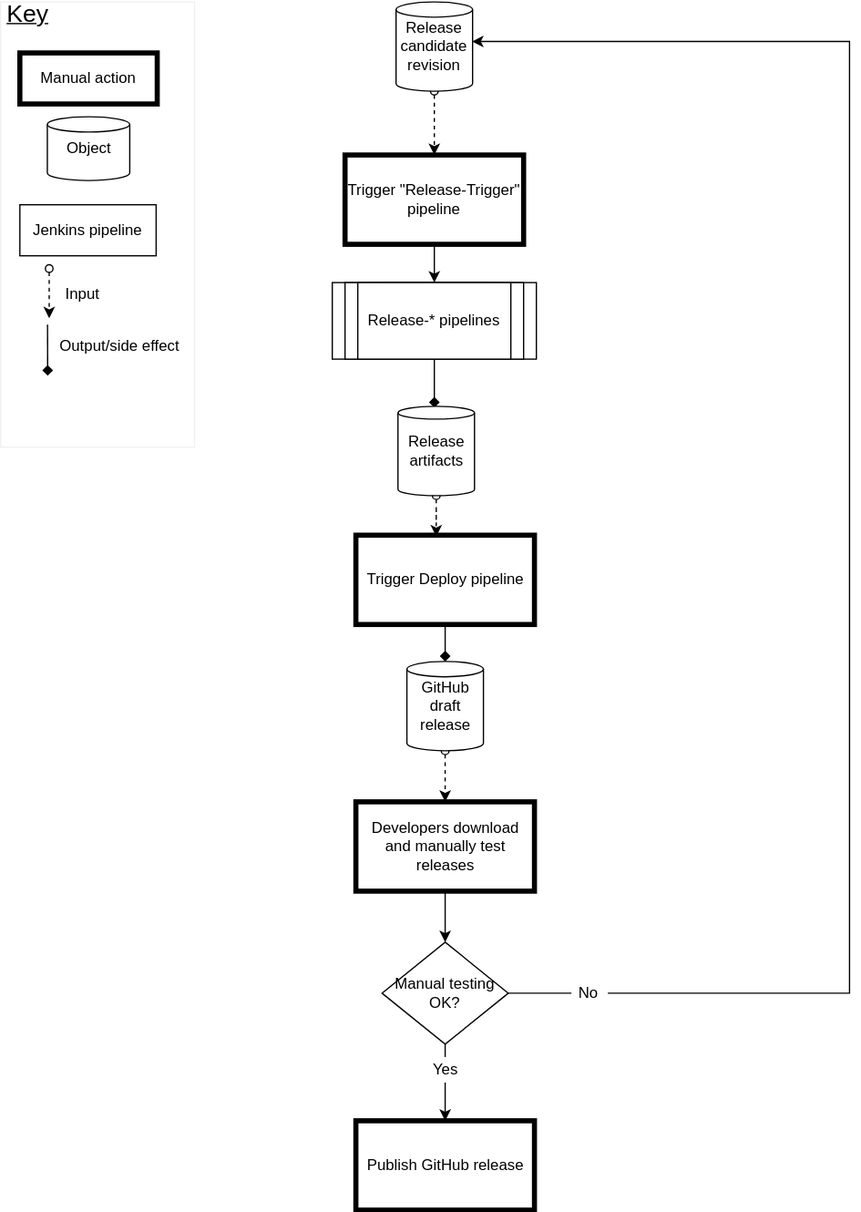
Earlier version of the draw.io export documentation/smg/images/12_release_process.drawio.svg (pace-neutrons/Horace). Source tidied: cells renumbered, new cells last; positions are measured from the earlier drawing's top-left corner, leaving out a move shared by most shapes.
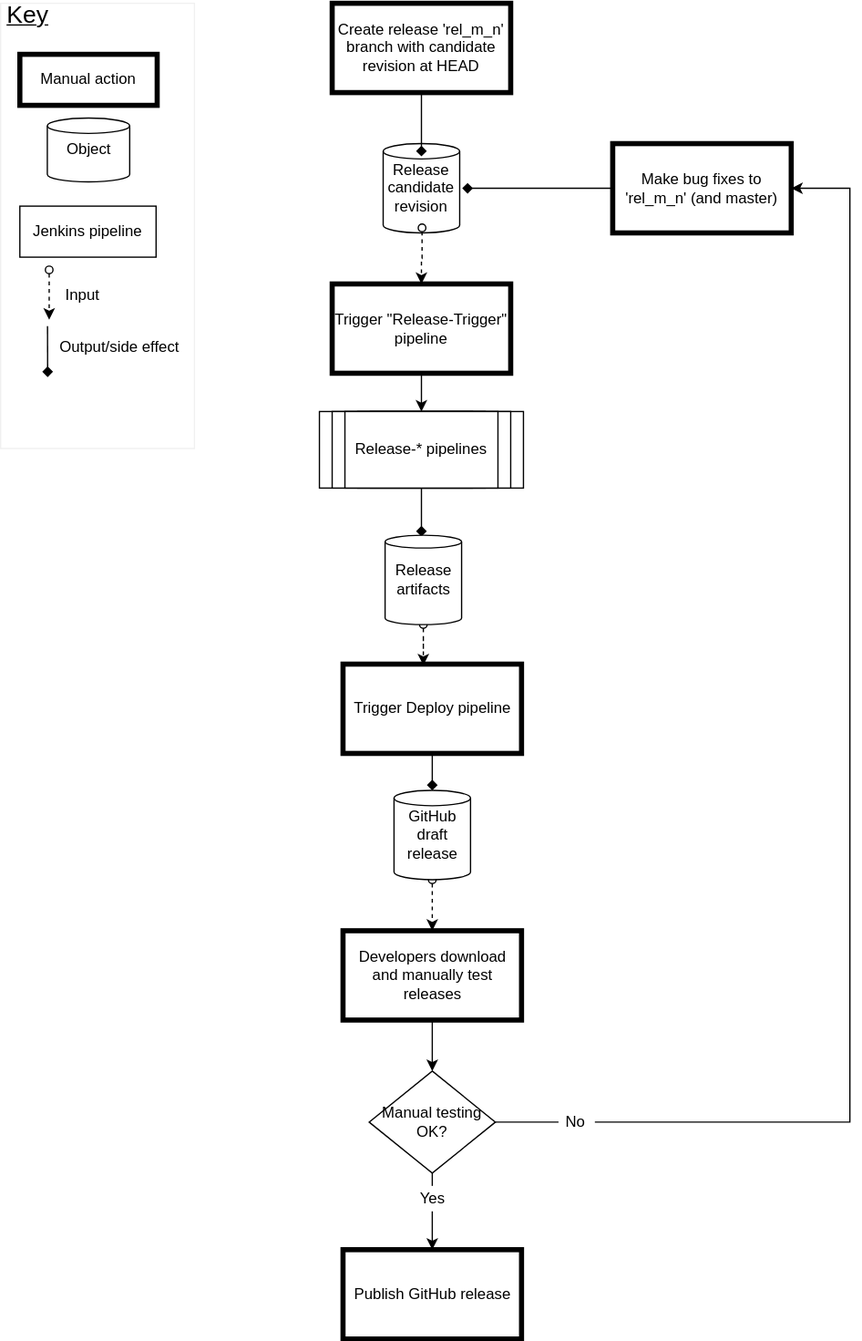
After the commit.

Commit message:
Add missing steps to deploy SMG flowchart

What changed in the source:
```diff
@@ -29,11 +29,8 @@
     <mxCell id="10" value="Release artifacts" style="shape=cylinder2;whiteSpace=wrap;html=1;boundedLbl=1;backgroundOutline=1;size=5;" parent="1" vertex="1">
       <mxGeometry x="311.5" y="317" width="60" height="70" as="geometry" />
     </mxCell>
-    <mxCell id="11" style="edgeStyle=orthogonalEdgeStyle;rounded=0;jettySize=auto;html=1;entryX=0.5;entryY=0;entryDx=0;entryDy=0;startArrow=oval;startFill=0;dashed=1;" parent="1" edge="1" source="12" target="3">
-      <mxGeometry relative="1" as="geometry" />
-    </mxCell>
     <mxCell id="12" value="Release candidate revision" style="shape=cylinder2;whiteSpace=wrap;html=1;boundedLbl=1;backgroundOutline=1;size=6;" parent="1" vertex="1">
-      <mxGeometry x="310" width="60" height="70" as="geometry" />
+      <mxGeometry x="310" y="10" width="60" height="70" as="geometry" />
     </mxCell>
     <mxCell id="13" style="edgeStyle=orthogonalEdgeStyle;rounded=0;jettySize=auto;html=1;entryX=0.5;entryY=0;entryDx=0;entryDy=0;startArrow=oval;startFill=0;dashed=1;" parent="1" edge="1" source="15" target="5">
       <mxGeometry relative="1" as="geometry" />
@@ -56,11 +53,11 @@
     <mxCell id="19" style="edgeStyle=orthogonalEdgeStyle;rounded=0;jumpStyle=none;jettySize=auto;html=1;entryX=0.5;entryY=0;entryDx=0;entryDy=0;startArrow=none;startFill=0;endArrow=classic;endFill=1;" parent="1" edge="1" source="17" target="16">
       <mxGeometry relative="1" as="geometry" />
     </mxCell>
-    <mxCell id="20" style="edgeStyle=orthogonalEdgeStyle;rounded=0;jettySize=auto;html=1;entryX=0.992;entryY=0.443;entryDx=0;entryDy=0;entryPerimeter=0;" parent="1" edge="1" source="21" target="12">
+    <mxCell id="20" style="edgeStyle=orthogonalEdgeStyle;rounded=0;jettySize=auto;html=1;entryX=1;entryY=0.5;entryDx=0;entryDy=0;" parent="1" edge="1" source="21" target="42">
       <mxGeometry relative="1" as="geometry">
         <Array as="points">
-          <mxPoint x="665.5" y="777" />
-          <mxPoint x="665.5" y="31" />
+          <mxPoint x="676" y="777" />
+          <mxPoint x="676" y="45" />
         </Array>
       </mxGeometry>
     </mxCell>
@@ -73,7 +70,7 @@
       </mxGeometry>
     </mxCell>
     <mxCell id="23" style="group;" parent="1" vertex="1">
-      <mxGeometry width="152" height="349" as="geometry" />
+      <mxGeometry x="10" y="-100" width="152" height="349" as="geometry" />
     </mxCell>
     <mxCell id="24" style="group;strokeColor=#f0f0f0;" parent="23" vertex="1">
       <mxGeometry width="152" height="349" as="geometry" />
@@ -135,5 +132,22 @@
     <mxCell id="40" value="Release-* pipelines" style="rounded=0;whiteSpace=wrap;html=1;" parent="35" vertex="1">
       <mxGeometry x="20" width="120" height="60" as="geometry" />
     </mxCell>
+    <mxCell id="41" value="Create release 'rel_m_n' branch with candidate revision at HEAD" style="whiteSpace=wrap;html=1;perimeterSpacing=0;strokeWidth=4;" parent="1" vertex="1">
+      <mxGeometry x="270" y="-100" width="140" height="70" as="geometry" />
+    </mxCell>
+    <mxCell id="42" value="Make bug fixes to 'rel_m_n' (and master)" style="whiteSpace=wrap;html=1;perimeterSpacing=0;strokeWidth=4;" parent="1" vertex="1">
+      <mxGeometry x="490" y="10" width="140" height="70" as="geometry" />
+    </mxCell>
+    <mxCell id="11" style="edgeStyle=orthogonalEdgeStyle;rounded=0;jettySize=auto;html=1;entryX=0.5;entryY=0;entryDx=0;entryDy=0;dashed=1;startArrow=oval;startFill=0;exitX=0.508;exitY=0.943;exitDx=0;exitDy=0;exitPerimeter=0;" parent="1" edge="1" source="12" target="3">
+      <mxGeometry relative="1" as="geometry" />
+    </mxCell>
+    <mxCell id="43" style="edgeStyle=orthogonalEdgeStyle;rounded=0;jumpStyle=none;jettySize=auto;html=1;startArrow=diamond;startFill=1;endArrow=none;endFill=0;entryX=0.5;entryY=1;entryDx=0;entryDy=0;" parent="1" edge="1" target="41">
+      <mxGeometry relative="1" as="geometry">
+        <mxPoint x="340" y="20" as="sourcePoint" />
+      </mxGeometry>
+    </mxCell>
+    <mxCell id="44" style="edgeStyle=orthogonalEdgeStyle;rounded=0;jumpStyle=none;jettySize=auto;html=1;startArrow=diamond;startFill=1;endArrow=none;endFill=0;entryX=0;entryY=0.5;entryDx=0;entryDy=0;exitX=1.033;exitY=0.5;exitDx=0;exitDy=0;exitPerimeter=0;" parent="1" edge="1" source="12" target="42">
+      <mxGeometry relative="1" as="geometry" />
+    </mxCell>
   </root>
 </mxGraphModel>
```
